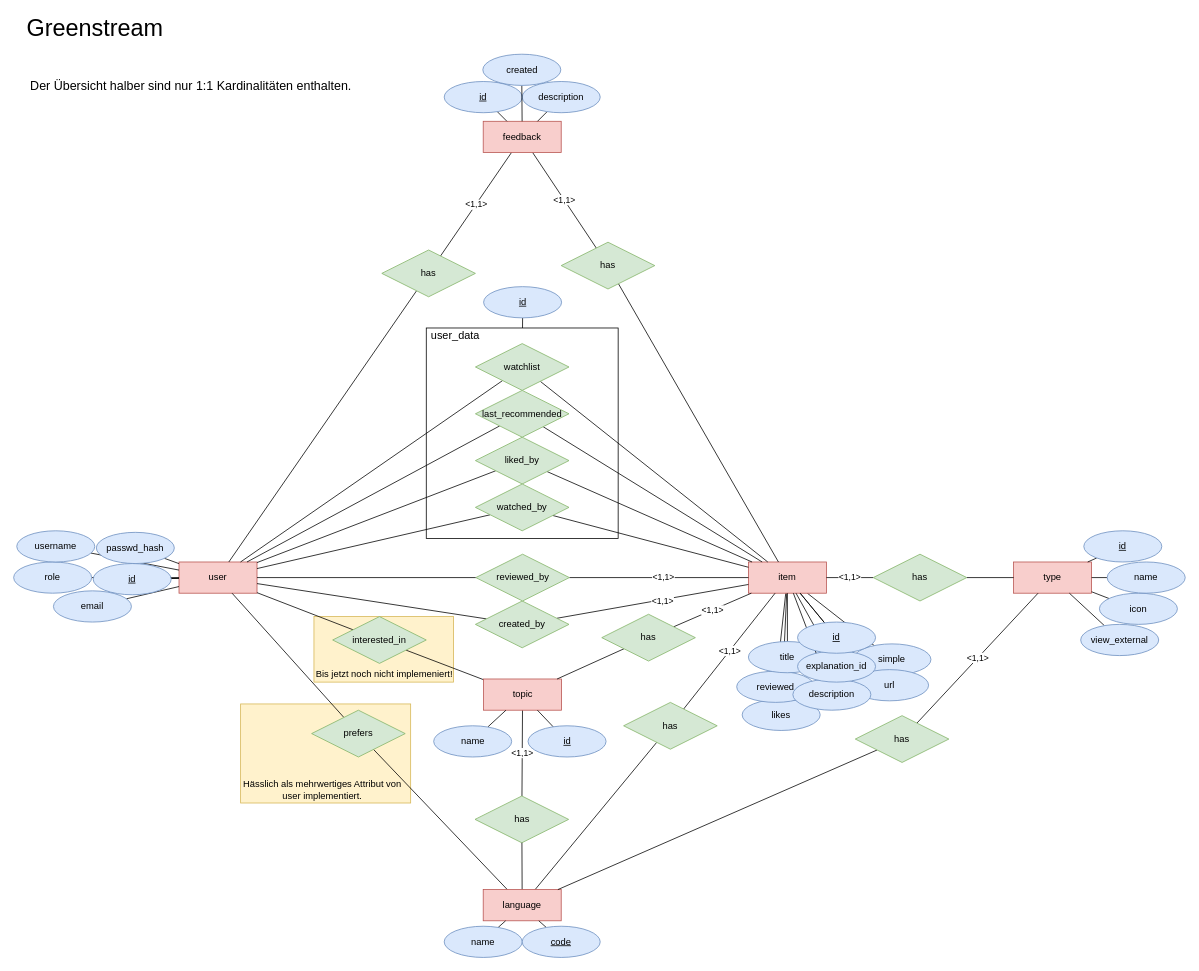
Before: greenstream.drawio in daniel-ackermann/greenStreamBackend, a draw.io diagram. Source tidied: cells renumbered, new cells numbered last; positions are measured from the earlier drawing's top-left corner, leaving out a move shared by most shapes. Both pictures are drawn from the tidied source at 78%, with x=0, y=0 at pixel (13, 19).
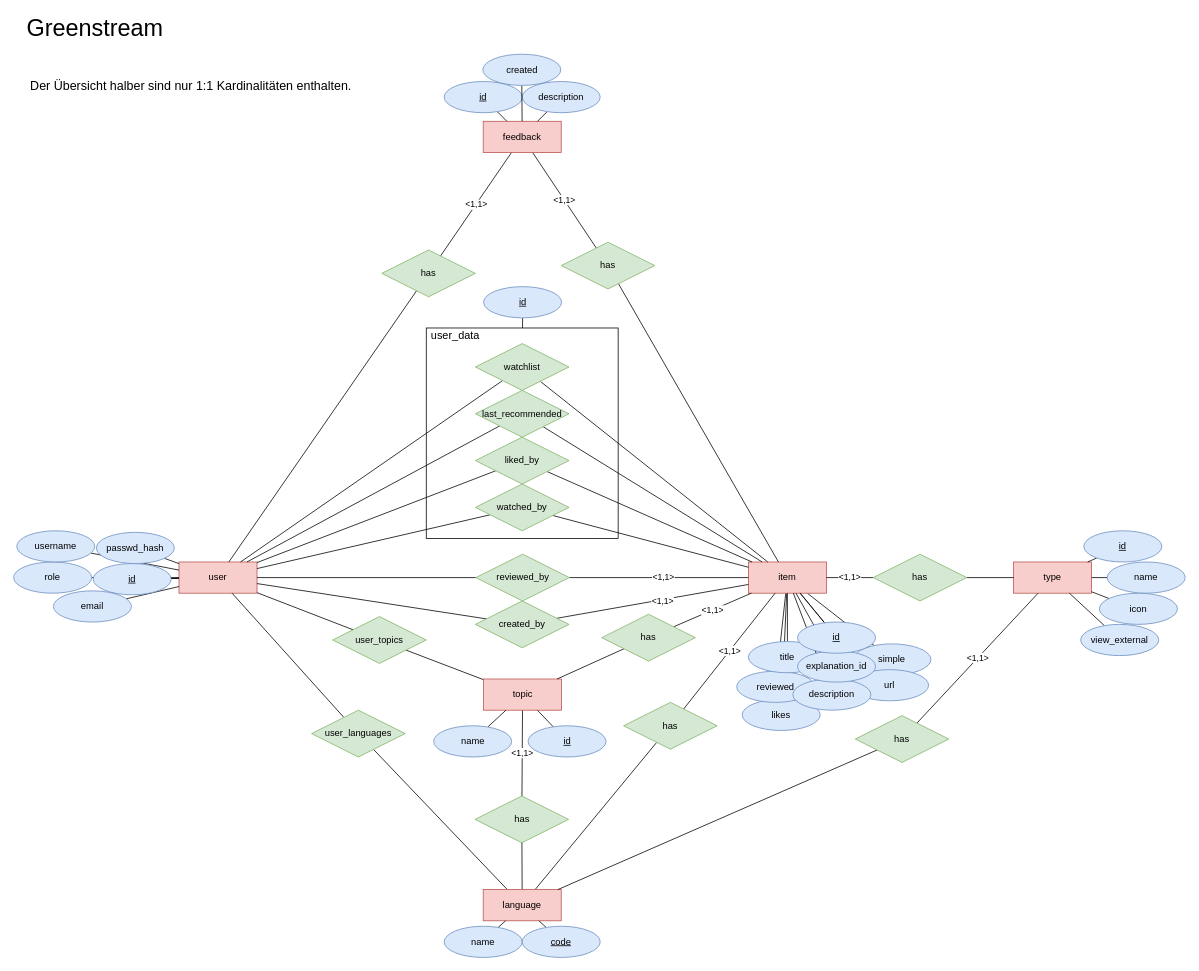
Above is the later version.

What changed in the source:
```diff
@@
-    <mxCell id="2" style="rounded=0;whiteSpace=wrap;html=1;fillColor=#fff2cc;strokeColor=#d6b656;" parent="1" vertex="1">
-      <mxGeometry x="291" y="878" width="218" height="127" as="geometry" />
-    </mxCell>
-    <mxCell id="3" style="rounded=0;whiteSpace=wrap;html=1;fillColor=#fff2cc;strokeColor=#d6b656;" parent="1" vertex="1">
-      <mxGeometry x="385" y="766" width="179" height="84" as="geometry" />
-    </mxCell>
@@
-    <mxCell id="34" value="interested_in" style="shape=rhombus;perimeter=rhombusPerimeter;whiteSpace=wrap;html=1;align=center;rounded=0;strokeColor=#82b366;fillColor=#d5e8d4;" parent="1" vertex="1">
+    <mxCell id="34" value="user_topics" style="shape=rhombus;perimeter=rhombusPerimeter;whiteSpace=wrap;html=1;align=center;rounded=0;strokeColor=#82b366;fillColor=#d5e8d4;" parent="1" vertex="1">
       <mxGeometry x="409" y="766" width="120" height="60" as="geometry" />
     </mxCell>
@@
-    <mxCell id="43" value="prefers" style="shape=rhombus;perimeter=rhombusPerimeter;whiteSpace=wrap;html=1;align=center;rounded=0;strokeColor=#82b366;fillColor=#d5e8d4;" parent="1" vertex="1">
+    <mxCell id="43" value="user_languages" style="shape=rhombus;perimeter=rhombusPerimeter;whiteSpace=wrap;html=1;align=center;rounded=0;strokeColor=#82b366;fillColor=#d5e8d4;" parent="1" vertex="1">
       <mxGeometry x="382" y="886" width="120" height="60" as="geometry" />
     </mxCell>
@@
-    <mxCell id="112" value="Bis jetzt noch nicht implemeniert!" style="text;html=1;strokeColor=none;fillColor=none;align=center;verticalAlign=middle;whiteSpace=wrap;rounded=0;" parent="1" vertex="1">
-      <mxGeometry x="385" y="830" width="181" height="20" as="geometry" />
-    </mxCell>
-    <mxCell id="113" value="Hässlich als mehrwertiges Attribut von user implementiert." style="text;html=1;strokeColor=none;fillColor=none;align=center;verticalAlign=middle;whiteSpace=wrap;rounded=0;" parent="1" vertex="1">
-      <mxGeometry x="287" y="957" width="218" height="61" as="geometry" />
-    </mxCell>
```
